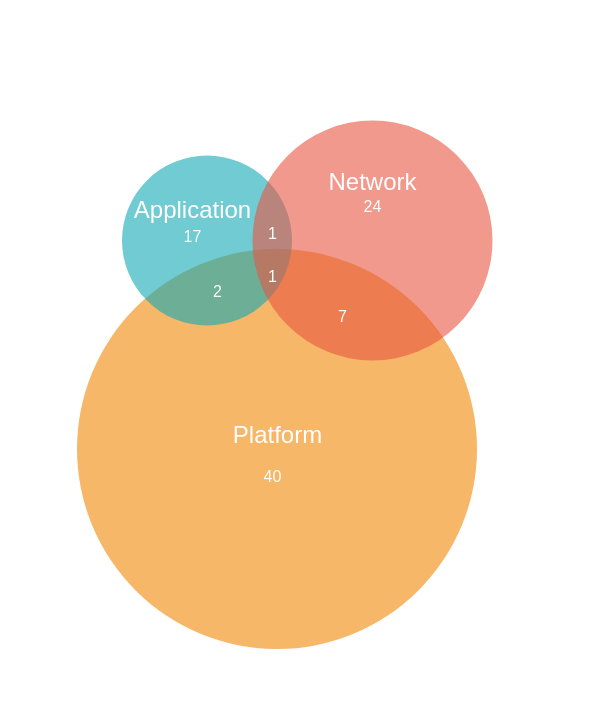
Above: assignment2/diagrams/Strategy Classification.drawio in aderbique/CSE548 (draw.io), before the change. Source tidied: cells renumbered, new cells numbered last; positions are measured from the earlier drawing's top-left corner, leaving out a move shared by most shapes. Both pictures are drawn from the tidied source at 100%, with x=0, y=0 at pixel (77, 120).
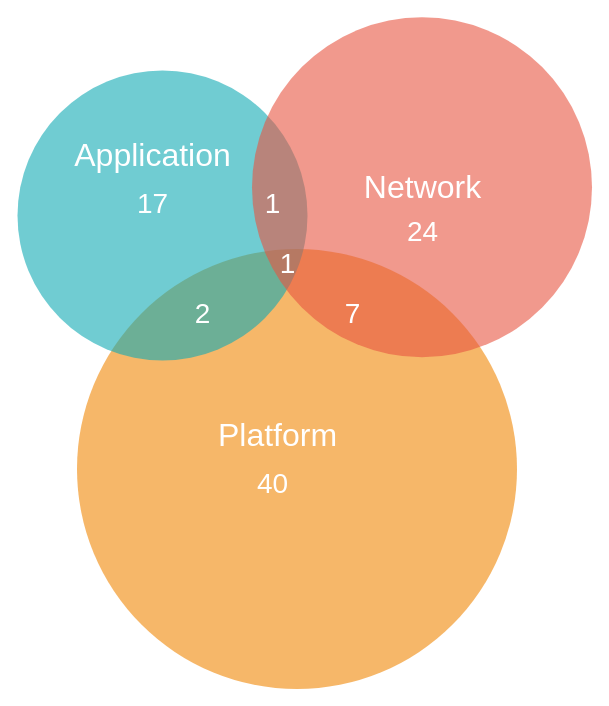
After the change.

Change to the diagram source:
```diff
@@
 <mxGraphModel background="#ffffff">
   <root>
     <mxCell id="0" />
     <mxCell id="1" parent="0" />
     <mxCell id="2" style="ellipse;fillColor=#F08705;opacity=60;strokeColor=none;html=1;fontColor=#FFFFFF;" parent="1" vertex="1">
-      <mxGeometry x="-0.5" y="128.5" width="400" height="400" as="geometry" />
+      <mxGeometry x="-0.5" y="128.5" width="440" height="440" as="geometry" />
     </mxCell>
     <mxCell id="3" style="ellipse;fillColor=#12AAB5;opacity=60;strokeColor=none;html=1;fontColor=#FFFFFF;" parent="1" vertex="1">
-      <mxGeometry x="44.5" y="35" width="170" height="170" as="geometry" />
+      <mxGeometry x="-60" y="-50" width="290" height="290" as="geometry" />
     </mxCell>
     <mxCell id="4" style="ellipse;fillColor=#e85642;opacity=60;strokeColor=none;html=1;fontColor=#FFFFFF;" parent="1" vertex="1">
-      <mxGeometry x="175" width="240" height="240" as="geometry" />
+      <mxGeometry x="174.5" y="-103.2" width="340" height="340" as="geometry" />
     </mxCell>
-    <mxCell id="5" value="Application" style="text;fontSize=24;align=center;verticalAlign=middle;html=1;fontColor=#FFFFFF;" parent="1" vertex="1">
-      <mxGeometry x="20" y="55" width="190" height="70" as="geometry" />
+    <mxCell id="5" value="&lt;font style=&quot;font-size: 32px&quot;&gt;Application&lt;/font&gt;" style="text;fontSize=24;align=center;verticalAlign=middle;html=1;fontColor=#FFFFFF;" parent="1" vertex="1">
+      <mxGeometry x="-20" width="190" height="70" as="geometry" />
     </mxCell>
-    <mxCell id="6" value="Platform" style="text;fontSize=24;align=center;verticalAlign=middle;html=1;fontColor=#FFFFFF;" parent="1" vertex="1">
+    <mxCell id="6" value="&lt;font style=&quot;font-size: 32px&quot;&gt;Platform&lt;/font&gt;" style="text;fontSize=24;align=center;verticalAlign=middle;html=1;fontColor=#FFFFFF;" parent="1" vertex="1">
       <mxGeometry x="104.5" y="280" width="190" height="70" as="geometry" />
     </mxCell>
-    <mxCell id="7" value="7" style="text;align=center;html=1;fontColor=#FFFFFF;fontSize=16;" parent="1" vertex="1">
-      <mxGeometry x="245" y="180" width="40" height="40" as="geometry" />
+    <mxCell id="7" value="&lt;font style=&quot;font-size: 28px&quot;&gt;7&lt;/font&gt;" style="text;align=center;html=1;fontColor=#FFFFFF;fontSize=16;" parent="1" vertex="1">
+      <mxGeometry x="254.5" y="170" width="40" height="40" as="geometry" />
     </mxCell>
-    <mxCell id="8" value="24" style="text;align=center;html=1;fontColor=#FFFFFF;fontSize=16;" parent="1" vertex="1">
-      <mxGeometry x="275" y="70" width="40" height="40" as="geometry" />
+    <mxCell id="8" value="&lt;font style=&quot;font-size: 28px&quot;&gt;24&lt;/font&gt;" style="text;align=center;html=1;fontColor=#FFFFFF;fontSize=16;" parent="1" vertex="1">
+      <mxGeometry x="324.5" y="88.2" width="40" height="40" as="geometry" />
     </mxCell>
-    <mxCell id="9" value="Network" style="text;fontSize=24;align=center;verticalAlign=middle;html=1;fontColor=#FFFFFF;" parent="1" vertex="1">
-      <mxGeometry x="200" y="26.5" width="190" height="70" as="geometry" />
+    <mxCell id="9" value="&lt;font style=&quot;font-size: 32px&quot;&gt;Network&lt;/font&gt;" style="text;fontSize=24;align=center;verticalAlign=middle;html=1;fontColor=#FFFFFF;" parent="1" vertex="1">
+      <mxGeometry x="249.5" y="31.8" width="190" height="70" as="geometry" />
     </mxCell>
-    <mxCell id="10" value="17" style="text;align=center;html=1;fontColor=#FFFFFF;fontSize=16;" parent="1" vertex="1">
-      <mxGeometry x="95" y="100" width="40" height="40" as="geometry" />
+    <mxCell id="10" value="&lt;font style=&quot;font-size: 28px&quot;&gt;17&lt;/font&gt;" style="text;align=center;html=1;fontColor=#FFFFFF;fontSize=16;" parent="1" vertex="1">
+      <mxGeometry x="55" y="60" width="40" height="40" as="geometry" />
     </mxCell>
-    <mxCell id="11" value="40" style="text;align=center;html=1;fontColor=#FFFFFF;fontSize=16;" parent="1" vertex="1">
-      <mxGeometry x="175" y="340" width="40" height="40" as="geometry" />
+    <mxCell id="11" value="&lt;font style=&quot;font-size: 28px&quot;&gt;40&lt;/font&gt;" style="text;align=center;html=1;fontColor=#FFFFFF;fontSize=16;" parent="1" vertex="1">
+      <mxGeometry x="174.5" y="340" width="40" height="40" as="geometry" />
     </mxCell>
-    <mxCell id="12" value="2" style="text;align=center;html=1;fontColor=#FFFFFF;fontSize=16;" parent="1" vertex="1">
-      <mxGeometry x="120" y="155" width="40" height="40" as="geometry" />
+    <mxCell id="12" value="&lt;font style=&quot;font-size: 28px&quot;&gt;2&lt;/font&gt;" style="text;align=center;html=1;fontColor=#FFFFFF;fontSize=16;" parent="1" vertex="1">
+      <mxGeometry x="104.5" y="170" width="40" height="40" as="geometry" />
     </mxCell>
-    <mxCell id="13" value="1" style="text;align=center;html=1;fontColor=#FFFFFF;fontSize=16;" parent="1" vertex="1">
-      <mxGeometry x="174.5" y="140" width="40" height="40" as="geometry" />
+    <mxCell id="13" value="&lt;font style=&quot;font-size: 28px&quot;&gt;1&lt;/font&gt;" style="text;align=center;html=1;fontColor=#FFFFFF;fontSize=16;" parent="1" vertex="1">
+      <mxGeometry x="190" y="120" width="40" height="40" as="geometry" />
     </mxCell>
-    <mxCell id="14" value="1" style="text;align=center;html=1;fontColor=#FFFFFF;fontSize=16;" parent="1" vertex="1">
-      <mxGeometry x="174.5" y="96.5" width="40" height="40" as="geometry" />
+    <mxCell id="14" value="&lt;font style=&quot;font-size: 28px&quot;&gt;1&lt;/font&gt;" style="text;align=center;html=1;fontColor=#FFFFFF;fontSize=16;" parent="1" vertex="1">
+      <mxGeometry x="174.5" y="60" width="40" height="40" as="geometry" />
     </mxCell>
   </root>
 </mxGraphModel>
```
